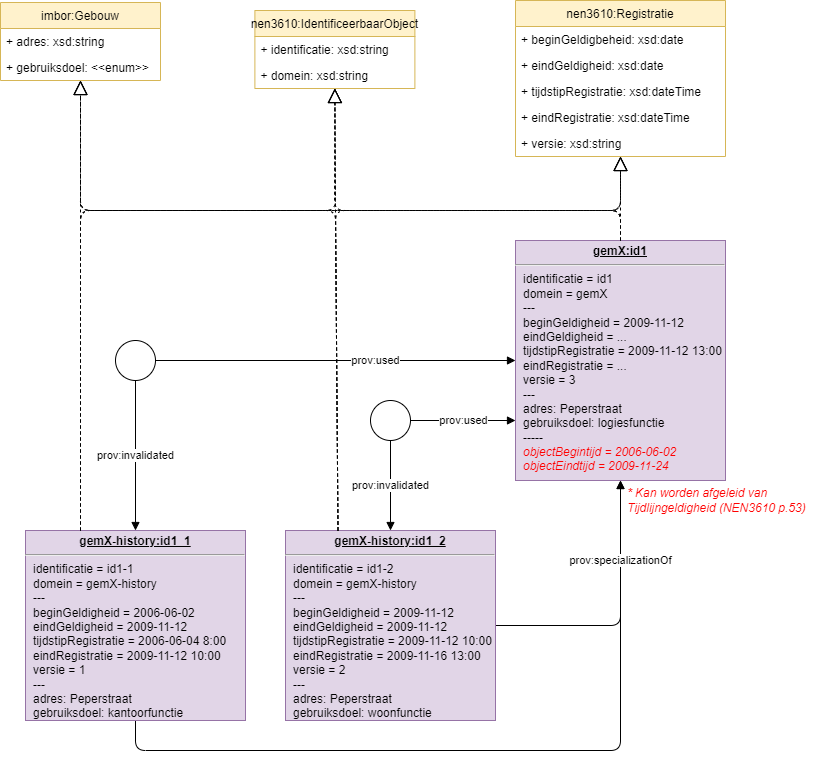
Earlier version of the draw.io export docs/best-practices/img/NEN3610-TempAspects-Optie1.drawio.png (Stichting-CROW/imbor). Source tidied: cells renumbered, new cells last; positions are measured from the earlier drawing's top-left corner, leaving out a move shared by most shapes.
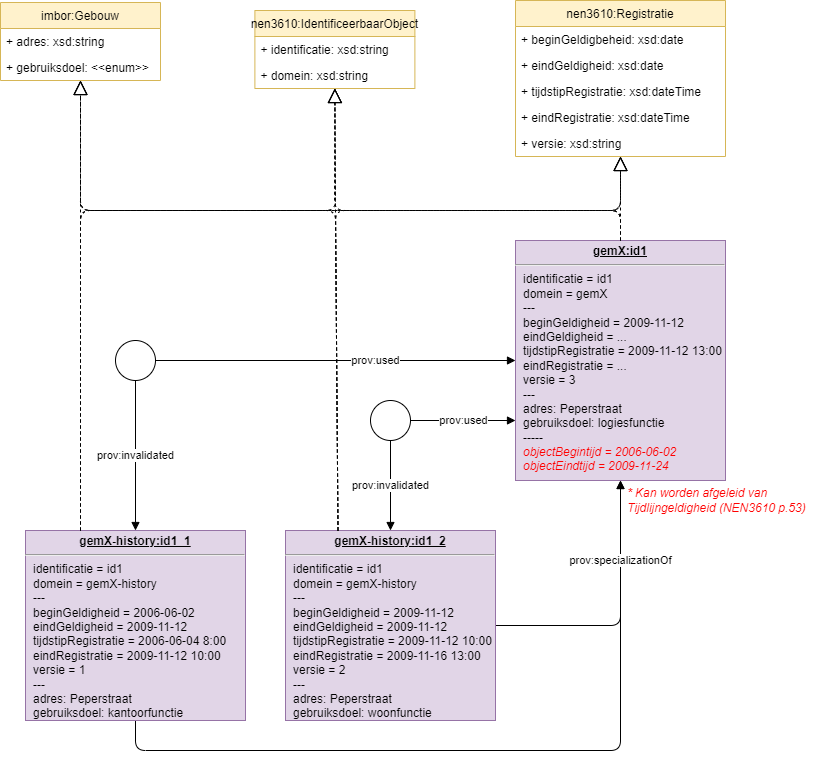
Above is the later version.

Change to the diagram source:
```diff
@@ -37,7 +37,7 @@
         </Array>
       </mxGeometry>
     </mxCell>
-    <mxCell id="12" value="&lt;p style=&quot;margin:0px;margin-top:4px;text-align:center;text-decoration:underline;&quot;&gt;&lt;b&gt;gemX-history:id1_1&lt;/b&gt;&lt;/p&gt;&lt;hr&gt;&lt;p style=&quot;margin:0px;margin-left:8px;&quot;&gt;identificatie = id1-1&lt;br style=&quot;border-color: var(--border-color);&quot;&gt;domein = gemX-history&lt;br&gt;&lt;/p&gt;&lt;p style=&quot;margin:0px;margin-left:8px;&quot;&gt;---&lt;/p&gt;&lt;p style=&quot;margin:0px;margin-left:8px;&quot;&gt;beginGeldigheid = 2006-06-02&lt;br&gt;eindGeldigheid = 2009-11-12&lt;br&gt;tijdstipRegistratie = 2006-06-04 8:00&lt;br&gt;&lt;/p&gt;&lt;p style=&quot;margin:0px;margin-left:8px;&quot;&gt;eindRegistratie = 2009-11-12 10:00&lt;/p&gt;&lt;p style=&quot;margin:0px;margin-left:8px;&quot;&gt;versie = 1&lt;br&gt;---&lt;br&gt;adres: Peperstraat&lt;br&gt;gebruiksdoel: kantoorfunctie&lt;/p&gt;" style="verticalAlign=top;align=left;overflow=fill;fontSize=12;fontFamily=Helvetica;html=1;fillColor=#e1d5e7;strokeColor=#9673a6;" parent="1" vertex="1">
+    <mxCell id="12" value="&lt;p style=&quot;margin:0px;margin-top:4px;text-align:center;text-decoration:underline;&quot;&gt;&lt;b&gt;gemX-history:id1_1&lt;/b&gt;&lt;/p&gt;&lt;hr&gt;&lt;p style=&quot;margin:0px;margin-left:8px;&quot;&gt;identificatie = id1&lt;br style=&quot;border-color: var(--border-color);&quot;&gt;domein = gemX-history&lt;br&gt;&lt;/p&gt;&lt;p style=&quot;margin:0px;margin-left:8px;&quot;&gt;---&lt;/p&gt;&lt;p style=&quot;margin:0px;margin-left:8px;&quot;&gt;beginGeldigheid = 2006-06-02&lt;br&gt;eindGeldigheid = 2009-11-12&lt;br&gt;tijdstipRegistratie = 2006-06-04 8:00&lt;br&gt;&lt;/p&gt;&lt;p style=&quot;margin:0px;margin-left:8px;&quot;&gt;eindRegistratie = 2009-11-12 10:00&lt;/p&gt;&lt;p style=&quot;margin:0px;margin-left:8px;&quot;&gt;versie = 1&lt;br&gt;---&lt;br&gt;adres: Peperstraat&lt;br&gt;gebruiksdoel: kantoorfunctie&lt;/p&gt;" style="verticalAlign=top;align=left;overflow=fill;fontSize=12;fontFamily=Helvetica;html=1;fillColor=#e1d5e7;strokeColor=#9673a6;" parent="1" vertex="1">
       <mxGeometry x="25" y="530" width="220" height="190" as="geometry" />
     </mxCell>
     <mxCell id="13" value="prov:specializationOf" style="edgeStyle=none;html=1;endArrow=block;endFill=1;" parent="1" edge="1" source="14" target="15">
@@ -47,7 +47,7 @@
         </Array>
       </mxGeometry>
     </mxCell>
-    <mxCell id="14" value="&lt;p style=&quot;margin:0px;margin-top:4px;text-align:center;text-decoration:underline;&quot;&gt;&lt;b&gt;gemX-history:id1_2&lt;/b&gt;&lt;/p&gt;&lt;hr&gt;&lt;p style=&quot;margin:0px;margin-left:8px;&quot;&gt;identificatie = id1-2&lt;br style=&quot;border-color: var(--border-color);&quot;&gt;domein = gemX-history&lt;br&gt;&lt;/p&gt;&lt;p style=&quot;margin:0px;margin-left:8px;&quot;&gt;---&lt;/p&gt;&lt;p style=&quot;border-color: var(--border-color); margin: 0px 0px 0px 8px;&quot;&gt;beginGeldigheid = 2009-11-12&lt;br style=&quot;border-color: var(--border-color);&quot;&gt;eindGeldigheid = 2009-11-12&lt;br style=&quot;border-color: var(--border-color);&quot;&gt;tijdstipRegistratie = 2009-11-12 10:00&lt;br style=&quot;border-color: var(--border-color);&quot;&gt;&lt;/p&gt;&lt;p style=&quot;border-color: var(--border-color); margin: 0px 0px 0px 8px;&quot;&gt;eindRegistratie = 2009-11-16 13:00&lt;/p&gt;&lt;p style=&quot;margin:0px;margin-left:8px;&quot;&gt;versie = 2&lt;br&gt;---&lt;br&gt;adres: Peperstraat&lt;br&gt;gebruiksdoel: woonfunctie&lt;/p&gt;" style="verticalAlign=top;align=left;overflow=fill;fontSize=12;fontFamily=Helvetica;html=1;fillColor=#e1d5e7;strokeColor=#9673a6;" parent="1" vertex="1">
+    <mxCell id="14" value="&lt;p style=&quot;margin:0px;margin-top:4px;text-align:center;text-decoration:underline;&quot;&gt;&lt;b&gt;gemX-history:id1_2&lt;/b&gt;&lt;/p&gt;&lt;hr&gt;&lt;p style=&quot;margin:0px;margin-left:8px;&quot;&gt;identificatie = id1&lt;br style=&quot;border-color: var(--border-color);&quot;&gt;domein = gemX-history&lt;br&gt;&lt;/p&gt;&lt;p style=&quot;margin:0px;margin-left:8px;&quot;&gt;---&lt;/p&gt;&lt;p style=&quot;border-color: var(--border-color); margin: 0px 0px 0px 8px;&quot;&gt;beginGeldigheid = 2009-11-12&lt;br style=&quot;border-color: var(--border-color);&quot;&gt;eindGeldigheid = 2009-11-12&lt;br style=&quot;border-color: var(--border-color);&quot;&gt;tijdstipRegistratie = 2009-11-12 10:00&lt;br style=&quot;border-color: var(--border-color);&quot;&gt;&lt;/p&gt;&lt;p style=&quot;border-color: var(--border-color); margin: 0px 0px 0px 8px;&quot;&gt;eindRegistratie = 2009-11-16 13:00&lt;/p&gt;&lt;p style=&quot;margin:0px;margin-left:8px;&quot;&gt;versie = 2&lt;br&gt;---&lt;br&gt;adres: Peperstraat&lt;br&gt;gebruiksdoel: woonfunctie&lt;/p&gt;" style="verticalAlign=top;align=left;overflow=fill;fontSize=12;fontFamily=Helvetica;html=1;fillColor=#e1d5e7;strokeColor=#9673a6;" parent="1" vertex="1">
       <mxGeometry x="285" y="530" width="210" height="190" as="geometry" />
     </mxCell>
     <mxCell id="15" value="&lt;p style=&quot;margin:0px;margin-top:4px;text-align:center;text-decoration:underline;&quot;&gt;&lt;b&gt;gemX:id1&lt;/b&gt;&lt;/p&gt;&lt;hr&gt;&lt;p style=&quot;margin:0px;margin-left:8px;&quot;&gt;identificatie = id1&lt;br style=&quot;border-color: var(--border-color);&quot;&gt;domein = gemX&lt;br&gt;&lt;/p&gt;&lt;p style=&quot;margin:0px;margin-left:8px;&quot;&gt;---&lt;/p&gt;&lt;p style=&quot;border-color: var(--border-color); margin: 0px 0px 0px 8px;&quot;&gt;beginGeldigheid = 2009-11-12&lt;/p&gt;&lt;p style=&quot;border-color: var(--border-color); margin: 0px 0px 0px 8px;&quot;&gt;eindGeldigheid = ...&lt;br style=&quot;border-color: var(--border-color);&quot;&gt;tijdstipRegistratie = 2009-11-12 13:00&lt;br style=&quot;border-color: var(--border-color);&quot;&gt;&lt;/p&gt;&lt;p style=&quot;border-color: var(--border-color); margin: 0px 0px 0px 8px;&quot;&gt;eindRegistratie = ...&lt;/p&gt;&lt;p style=&quot;margin:0px;margin-left:8px;&quot;&gt;versie = 3&lt;br&gt;---&lt;br&gt;adres: Peperstraat&lt;br&gt;gebruiksdoel: logiesfunctie&lt;/p&gt;&lt;p style=&quot;margin:0px;margin-left:8px;&quot;&gt;--&lt;span style=&quot;background-color: initial;&quot;&gt;---&lt;/span&gt;&lt;/p&gt;&lt;p style=&quot;border-color: var(--border-color); margin: 0px 0px 0px 8px;&quot;&gt;&lt;font style=&quot;border-color: var(--border-color);&quot; color=&quot;#ff0000&quot;&gt;&lt;i style=&quot;border-color: var(--border-color);&quot;&gt;objectBegintijd = 2006-06-02&lt;/i&gt;&lt;/font&gt;&lt;/p&gt;&lt;p style=&quot;border-color: var(--border-color); margin: 0px 0px 0px 8px;&quot;&gt;&lt;font style=&quot;border-color: var(--border-color);&quot; color=&quot;#ff0000&quot;&gt;&lt;i style=&quot;border-color: var(--border-color);&quot;&gt;objectEindtijd = 2009-11-24&lt;/i&gt;&lt;/font&gt;&lt;/p&gt;" style="verticalAlign=top;align=left;overflow=fill;fontSize=12;fontFamily=Helvetica;html=1;fillColor=#e1d5e7;strokeColor=#9673a6;" parent="1" vertex="1">
```
